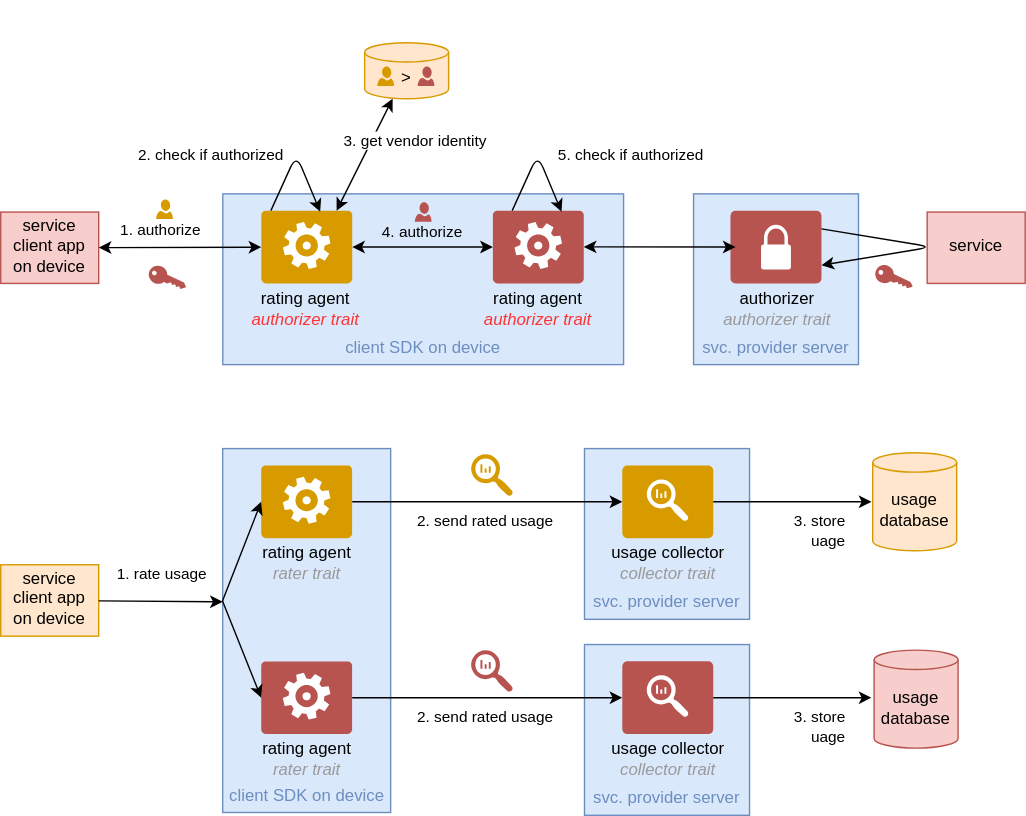
Above: src/contract-agent-detailed-composite.drawio.svg in distributed-it-for-telco/distributed-rating-doc (draw.io), before the change. Source tidied: cells renumbered, new cells last; positions are measured from the earlier drawing's top-left corner, leaving out a move shared by most shapes.
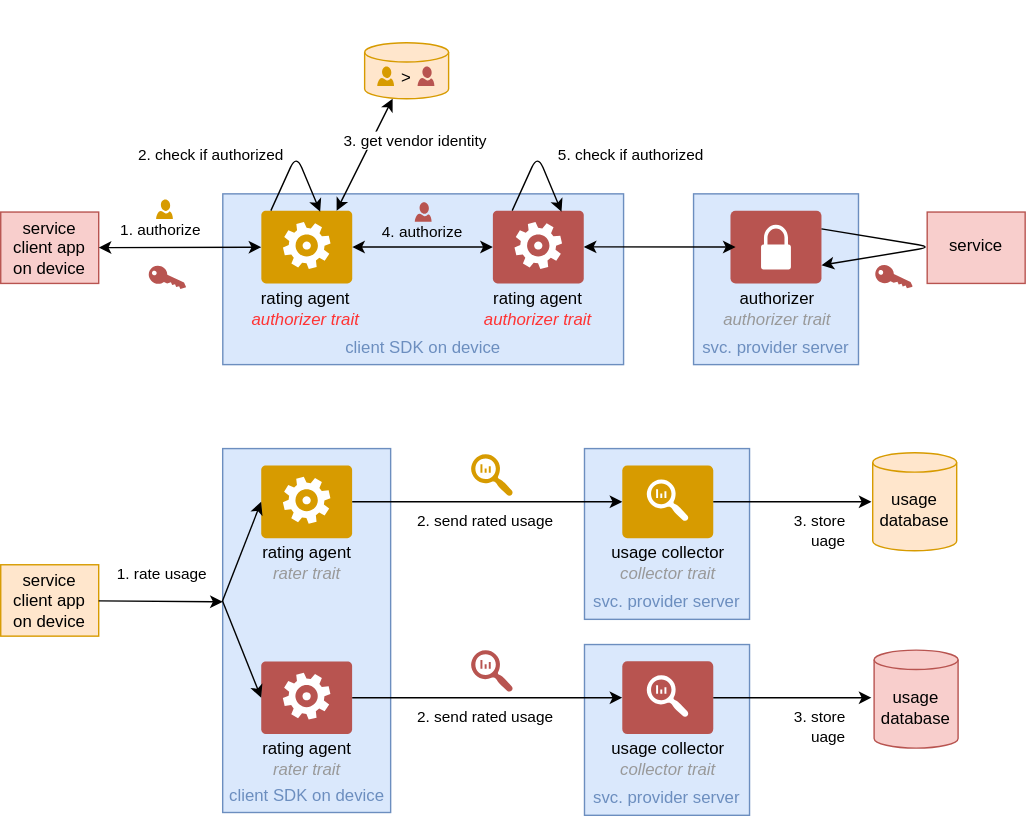
The same diagram one commit later.

What changed in the source:
```diff
@@ -17,7 +17,7 @@
     <mxCell id="6" value="authorizer&lt;br&gt;&lt;i&gt;&lt;font color=&quot;#999999&quot;&gt;authorizer trait&lt;/font&gt;&lt;/i&gt;" style="text;html=1;strokeColor=none;fillColor=none;align=center;verticalAlign=middle;whiteSpace=wrap;rounded=0;" parent="1" vertex="1">
       <mxGeometry x="511.5" y="205" width="86" height="30" as="geometry" />
     </mxCell>
-    <mxCell id="7" value="service client app&lt;br&gt;on device" style="rounded=0;whiteSpace=wrap;html=1;fillColor=#f8cecc;strokeColor=#b85450;verticalAlign=bottom;spacingBottom=3;" parent="1" vertex="1">
+    <mxCell id="7" value="service client app&lt;br&gt;on device" style="rounded=0;whiteSpace=wrap;html=1;fillColor=#f8cecc;strokeColor=#b85450;verticalAlign=middle;spacingBottom=0;" parent="1" vertex="1">
       <mxGeometry y="151" width="70" height="51" as="geometry" />
     </mxCell>
     <mxCell id="8" value="&lt;font color=&quot;#000000&quot;&gt;&lt;br&gt;&lt;/font&gt;" style="endArrow=classic;html=1;fontColor=#6C8EBF;startArrow=classic;startFill=1;endFill=1;" parent="1" edge="1" source="24" target="7">
@@ -60,7 +60,7 @@
         <mxPoint x="622.1" y="358" as="targetPoint" />
       </mxGeometry>
     </mxCell>
-    <mxCell id="20" value="service client app&lt;br&gt;on device" style="rounded=0;whiteSpace=wrap;html=1;fillColor=#ffe6cc;strokeColor=#d79b00;verticalAlign=bottom;spacingBottom=3;" parent="1" vertex="1">
+    <mxCell id="20" value="service client app&lt;br&gt;on device" style="rounded=0;whiteSpace=wrap;html=1;fillColor=#ffe6cc;strokeColor=#d79b00;verticalAlign=middle;spacingBottom=0;" parent="1" vertex="1">
       <mxGeometry y="403" width="70" height="51" as="geometry" />
     </mxCell>
     <mxCell id="21" value="&lt;font color=&quot;#000000&quot;&gt;1. rate usage&lt;/font&gt;" style="endArrow=none;html=1;fontColor=#6C8EBF;startArrow=classic;startFill=1;" parent="1" edge="1" target="20">
```
